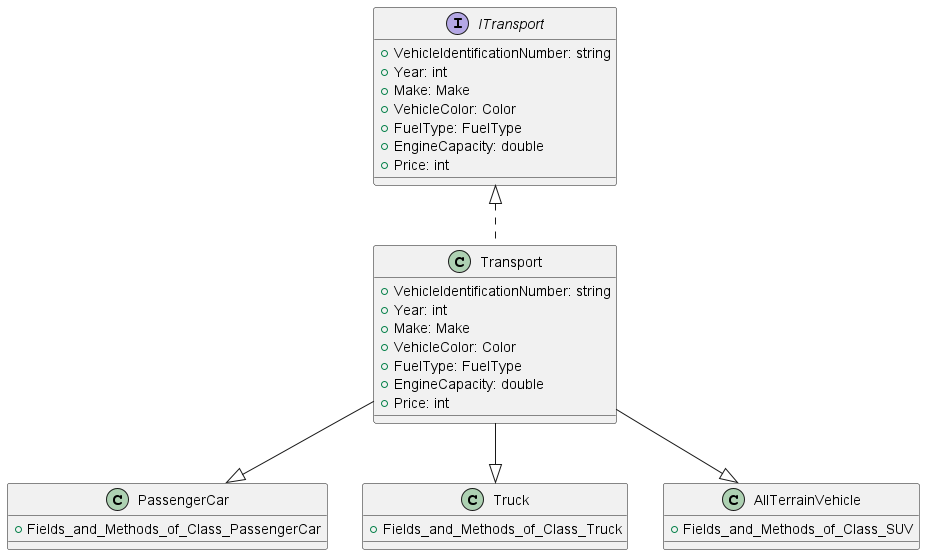
The PlantUML diagram Diagrams/Png_files/transport_hierarchy.png in andriiiiiko/mpt-lab-5, before a commit.
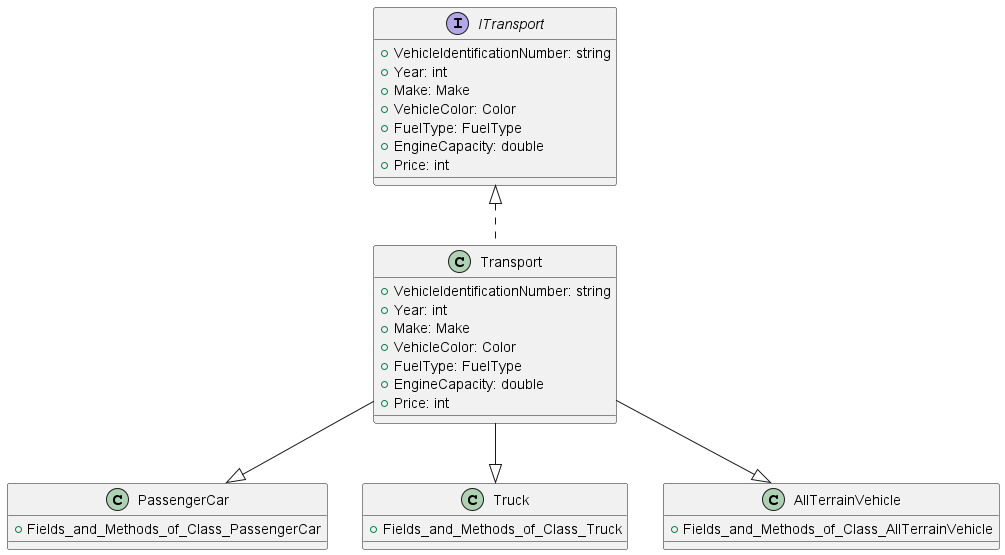
Above is the later version.

Change to the diagram source:
```diff
@@ -29,7 +29,7 @@
 }
 
 class AllTerrainVehicle {
-    + Fields_and_Methods_of_Class_SUV
+    + Fields_and_Methods_of_Class_AllTerrainVehicle
 }
 
 ITransport <|.. Transport
```
